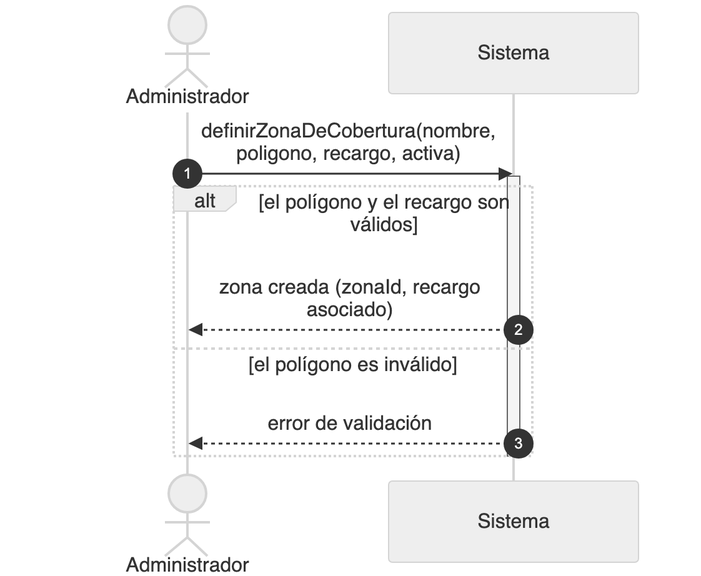
The Mermaid diagram diagramas/png/DSS_CU-056_Definir-Zona-De-Cobertura.png in Nahuelito-Dev/splg-docs, before a commit. Its source is kept beside it as diagramas/DSS_CU-056_Definir-Zona-De-Cobertura.mmd. The source it was exported from:
```mermaid
sequenceDiagram
    title DSS — CU-056 Definir Zona De Cobertura
    autonumber
    actor ADM as Administrador
    participant SIS as Sistema

    ADM->>SIS: definirZonaDeCobertura(nombre, poligono, recargo, activa)
    activate SIS
    alt el polígono y el recargo son válidos
        SIS-->>ADM: zona creada (zonaId, recargo asociado)
    else el polígono es inválido
        SIS-->>ADM: error de validación
    end
    deactivate SIS
```
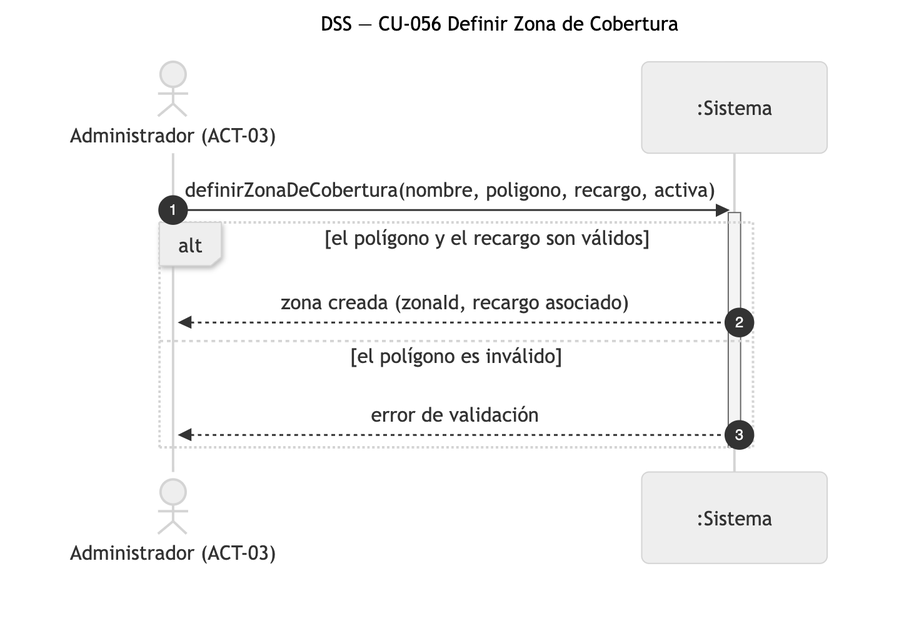
The same diagram one commit later.

Change to the diagram source:
```diff
@@ -1,8 +1,8 @@
 sequenceDiagram
-    title DSS — CU-056 Definir Zona De Cobertura
+    title DSS — CU-056 Definir Zona de Cobertura
     autonumber
-    actor ADM as Administrador
-    participant SIS as Sistema
+    actor ADM as Administrador (ACT-03)
+    participant SIS as :Sistema
 
     ADM->>SIS: definirZonaDeCobertura(nombre, poligono, recargo, activa)
     activate SIS
```
